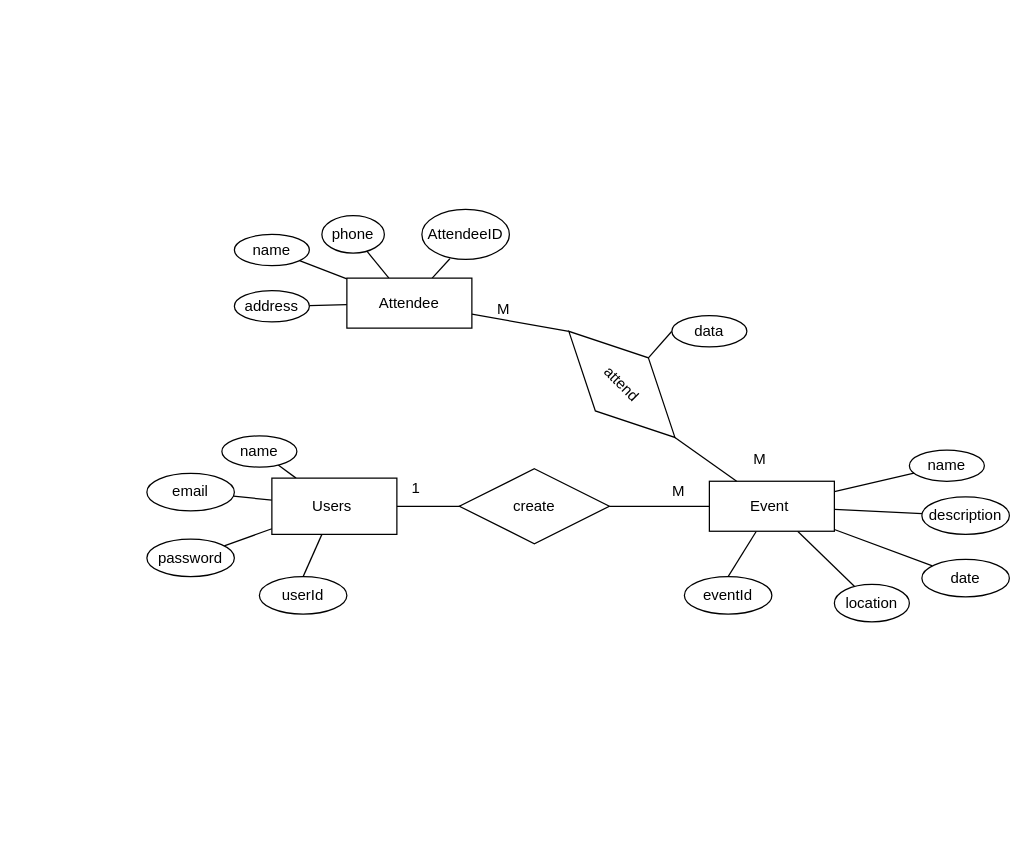
The draw.io diagram Database/ERD.drawio in tahahussein143/Node-js-Project, before the edit. Source tidied: cells renumbered, new cells numbered last; positions are measured from the earlier drawing's top-left corner, leaving out a move shared by most shapes. Both pictures are drawn from the tidied source at 125%, with x=0, y=0 at pixel (146, 209).
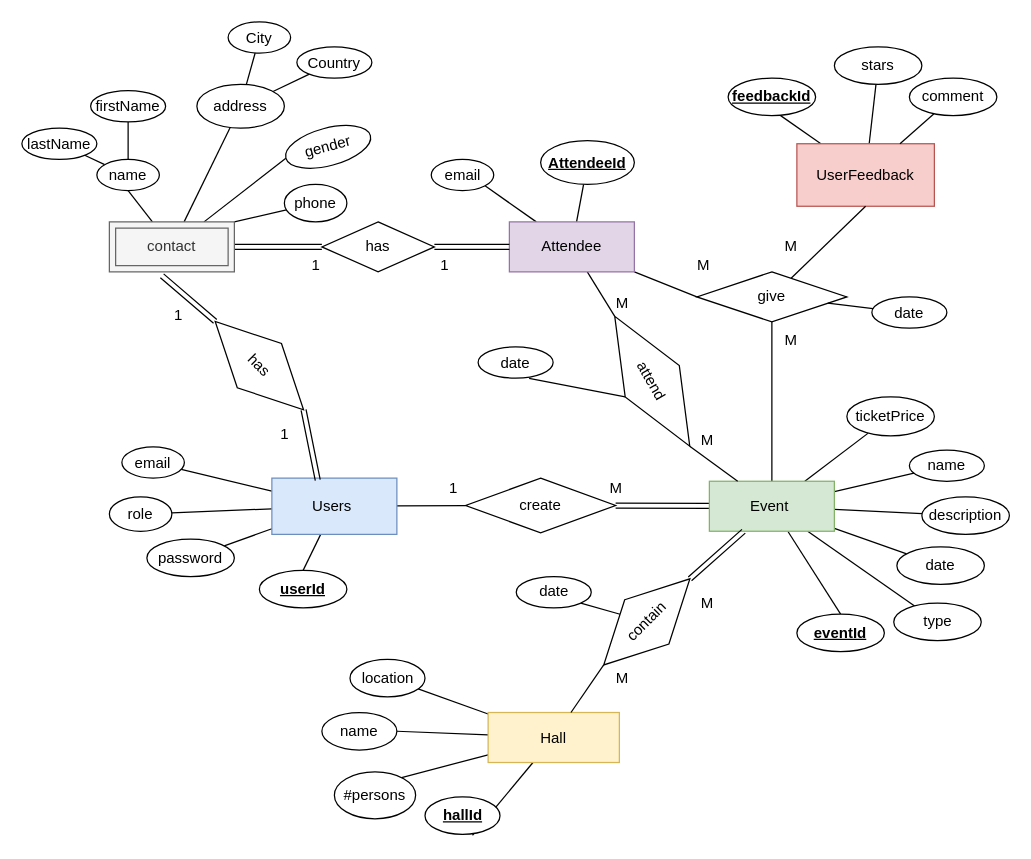
Above is the later version.

The edit, as a diff of the source:
```diff
@@
-    <mxCell id="2" style="rounded=0;jettySize=auto;html=1;endArrow=none;endFill=0;" parent="1" edge="1" source="7" target="8">
-      <mxGeometry relative="1" as="geometry" />
-    </mxCell>
@@
-    <mxCell id="5" style="edgeStyle=none;rounded=0;jettySize=auto;html=1;endArrow=none;endFill=0;entryX=0;entryY=0.5;entryDx=0;entryDy=0;" parent="1" edge="1" source="7">
-      <mxGeometry relative="1" as="geometry">
-        <mxPoint x="290" y="237.5" as="targetPoint" />
-      </mxGeometry>
+    <mxCell id="5" style="edgeStyle=none;rounded=0;jettySize=auto;html=1;endArrow=none;endFill=0;entryX=0;entryY=0.5;entryDx=0;entryDy=0;" parent="1" edge="1" source="7" target="31">
+      <mxGeometry relative="1" as="geometry" />
     </mxCell>
@@
+    <mxCell id="43" style="edgeStyle=none;rounded=0;jettySize=auto;html=1;endArrow=none;endFill=0;" parent="1" edge="1" source="7" target="50">
+      <mxGeometry relative="1" as="geometry" />
+    </mxCell>
+    <mxCell id="44" style="edgeStyle=none;rounded=0;jettySize=auto;html=1;exitX=1;exitY=1;exitDx=0;exitDy=0;entryX=0;entryY=0.5;entryDx=0;entryDy=0;endArrow=none;endFill=0;" parent="1" edge="1" source="27" target="56">
+      <mxGeometry relative="1" as="geometry" />
+    </mxCell>
-    <mxCell id="7" value="Users&amp;nbsp;" style="whiteSpace=wrap;html=1;align=center;" parent="1" vertex="1">
+    <mxCell id="7" value="Users&amp;nbsp;" style="whiteSpace=wrap;html=1;align=center;fillColor=#dae8fc;strokeColor=#6c8ebf;" parent="1" vertex="1">
       <mxGeometry x="100" y="215" width="100" height="45" as="geometry" />
     </mxCell>
-    <mxCell id="8" value="name" style="ellipse;whiteSpace=wrap;html=1;align=center;" parent="1" vertex="1">
-      <mxGeometry x="60" y="181.2" width="60" height="25" as="geometry" />
-    </mxCell>
     <mxCell id="9" value="email" style="ellipse;whiteSpace=wrap;html=1;align=center;" parent="1" vertex="1">
-      <mxGeometry y="211.2" width="70" height="30" as="geometry" />
+      <mxGeometry x="-20" y="190" width="50" height="25" as="geometry" />
     </mxCell>
@@
-    <mxCell id="14" style="edgeStyle=none;rounded=0;jettySize=auto;html=1;endArrow=none;endFill=0;" parent="1" edge="1" source="17" target="21">
-      <mxGeometry relative="1" as="geometry" />
-    </mxCell>
-    <mxCell id="15" style="edgeStyle=none;rounded=0;jettySize=auto;html=1;entryX=1;entryY=0.5;entryDx=0;entryDy=0;endArrow=none;endFill=0;" parent="1" edge="1" source="17" target="31">
+    <mxCell id="15" style="edgeStyle=none;rounded=0;jettySize=auto;html=1;entryX=1;entryY=0.5;entryDx=0;entryDy=0;endArrow=none;endFill=0;shape=link;" parent="1" edge="1" source="17" target="31">
       <mxGeometry relative="1" as="geometry" />
     </mxCell>
@@
+    <mxCell id="45" style="edgeStyle=none;rounded=0;jettySize=auto;html=1;endArrow=none;endFill=0;" parent="1" edge="1" source="17" target="51">
+      <mxGeometry relative="1" as="geometry" />
+    </mxCell>
+    <mxCell id="46" style="edgeStyle=none;rounded=0;jettySize=auto;html=1;entryX=0.5;entryY=1;entryDx=0;entryDy=0;endArrow=none;endFill=0;" parent="1" edge="1" source="17" target="56">
+      <mxGeometry relative="1" as="geometry" />
+    </mxCell>
+    <mxCell id="47" style="edgeStyle=none;rounded=0;jettySize=auto;html=1;endArrow=none;endFill=0;" parent="1" edge="1" source="17" target="64">
+      <mxGeometry relative="1" as="geometry" />
+    </mxCell>
-    <mxCell id="17" value="Event&amp;nbsp;" style="whiteSpace=wrap;html=1;align=center;" parent="1" vertex="1">
+    <mxCell id="17" value="Event&amp;nbsp;" style="whiteSpace=wrap;html=1;align=center;fillColor=#d5e8d4;strokeColor=#82b366;" parent="1" vertex="1">
       <mxGeometry x="450" y="217.5" width="100" height="40" as="geometry" />
     </mxCell>
@@
     <mxCell id="20" value="date" style="ellipse;whiteSpace=wrap;html=1;align=center;" parent="1" vertex="1">
-      <mxGeometry x="620" y="280" width="70" height="30" as="geometry" />
+      <mxGeometry x="600" y="270" width="70" height="30" as="geometry" />
     </mxCell>
-    <mxCell id="21" value="location" style="ellipse;whiteSpace=wrap;html=1;align=center;" parent="1" vertex="1">
-      <mxGeometry x="550" y="300" width="60" height="30" as="geometry" />
-    </mxCell>
-    <mxCell id="22" style="rounded=0;jettySize=auto;html=1;endArrow=none;endFill=0;" parent="1" edge="1" source="27" target="28">
-      <mxGeometry relative="1" as="geometry" />
-    </mxCell>
-    <mxCell id="23" style="rounded=0;jettySize=auto;html=1;endArrow=none;endFill=0;" parent="1" edge="1" source="27" target="29">
+    <mxCell id="23" style="rounded=0;jettySize=auto;html=1;endArrow=none;endFill=0;exitX=1;exitY=0;exitDx=0;exitDy=0;" parent="1" edge="1" source="84" target="29">
       <mxGeometry relative="1" as="geometry" />
     </mxCell>
-    <mxCell id="24" style="edgeStyle=none;rounded=0;jettySize=auto;html=1;endArrow=none;endFill=0;" parent="1" edge="1" source="27" target="30">
-      <mxGeometry relative="1" as="geometry" />
-    </mxCell>
@@
-    <mxCell id="26" style="edgeStyle=none;rounded=0;jettySize=auto;html=1;entryX=0.32;entryY=0.987;entryDx=0;entryDy=0;entryPerimeter=0;endArrow=none;endFill=0;" parent="1" edge="1" source="27" target="42">
+    <mxCell id="26" style="edgeStyle=none;rounded=0;jettySize=auto;html=1;endArrow=none;endFill=0;" parent="1" edge="1" source="27" target="42">
       <mxGeometry relative="1" as="geometry" />
     </mxCell>
+    <mxCell id="48" style="edgeStyle=none;rounded=0;jettySize=auto;html=1;entryX=1;entryY=1;entryDx=0;entryDy=0;endArrow=none;endFill=0;" parent="1" edge="1" source="27" target="104">
+      <mxGeometry relative="1" as="geometry" />
+    </mxCell>
-    <mxCell id="27" value="Attendee" style="whiteSpace=wrap;html=1;align=center;" parent="1" vertex="1">
-      <mxGeometry x="160" y="55" width="100" height="40" as="geometry" />
+    <mxCell id="27" value="Attendee" style="whiteSpace=wrap;html=1;align=center;fillColor=#e1d5e7;strokeColor=#9673a6;" parent="1" vertex="1">
+      <mxGeometry x="290" y="10" width="100" height="40" as="geometry" />
     </mxCell>
-    <mxCell id="28" value="name" style="ellipse;whiteSpace=wrap;html=1;align=center;" parent="1" vertex="1">
-      <mxGeometry x="70" y="20" width="60" height="25" as="geometry" />
+    <mxCell id="28" value="firstName" style="ellipse;whiteSpace=wrap;html=1;align=center;" parent="1" vertex="1">
+      <mxGeometry x="-45" y="-95" width="60" height="25" as="geometry" />
     </mxCell>
     <mxCell id="29" value="phone" style="ellipse;whiteSpace=wrap;html=1;align=center;" parent="1" vertex="1">
-      <mxGeometry x="140" y="5" width="50" height="30" as="geometry" />
+      <mxGeometry x="110" y="-20" width="50" height="30" as="geometry" />
     </mxCell>
-    <mxCell id="30" value="address" style="ellipse;whiteSpace=wrap;html=1;align=center;" parent="1" vertex="1">
-      <mxGeometry x="70" y="65" width="60" height="25" as="geometry" />
-    </mxCell>
     <mxCell id="31" value="create" style="shape=rhombus;perimeter=rhombusPerimeter;whiteSpace=wrap;html=1;align=center;" parent="1" vertex="1">
-      <mxGeometry x="250" y="207.5" width="120" height="60" as="geometry" />
+      <mxGeometry x="255" y="215" width="120" height="43.8" as="geometry" />
     </mxCell>
     <mxCell id="32" value="1" style="text;html=1;align=center;verticalAlign=middle;strokeColor=none;fillColor=none;" parent="1" vertex="1">
-      <mxGeometry x="200" y="207.5" width="30" height="30" as="geometry" />
+      <mxGeometry x="230" y="207.5" width="30" height="30" as="geometry" />
     </mxCell>
     <mxCell id="33" value="M" style="text;html=1;align=center;verticalAlign=middle;strokeColor=none;fillColor=none;" parent="1" vertex="1">
-      <mxGeometry x="410" y="211.2" width="30" height="30" as="geometry" />
+      <mxGeometry x="360" y="207.5" width="30" height="30" as="geometry" />
     </mxCell>
@@
-    <mxCell id="35" style="edgeStyle=none;rounded=0;jettySize=auto;html=1;exitX=0.5;exitY=0;exitDx=0;exitDy=0;endArrow=none;endFill=0;entryX=0;entryY=0.5;entryDx=0;entryDy=0;" parent="1" edge="1" source="36" target="39">
+    <mxCell id="35" style="edgeStyle=none;rounded=0;jettySize=auto;html=1;exitX=0.5;exitY=1;exitDx=0;exitDy=0;endArrow=none;endFill=0;entryX=0.68;entryY=1.008;entryDx=0;entryDy=0;entryPerimeter=0;" parent="1" edge="1" source="36" target="39">
       <mxGeometry relative="1" as="geometry" />
     </mxCell>
-    <mxCell id="36" value="attend" style="shape=rhombus;perimeter=rhombusPerimeter;whiteSpace=wrap;html=1;align=center;rotation=45;" parent="1" vertex="1">
-      <mxGeometry x="320" y="110" width="120" height="60" as="geometry" />
+    <mxCell id="36" value="attend" style="shape=rhombus;perimeter=rhombusPerimeter;whiteSpace=wrap;html=1;align=center;rotation=60;" parent="1" vertex="1">
+      <mxGeometry x="344.3" y="112.5" width="120" height="50" as="geometry" />
     </mxCell>
     <mxCell id="37" value="M" style="text;html=1;align=center;verticalAlign=middle;strokeColor=none;fillColor=none;" parent="1" vertex="1">
-      <mxGeometry x="270" y="65" width="30" height="30" as="geometry" />
+      <mxGeometry x="365" y="60" width="30" height="30" as="geometry" />
     </mxCell>
     <mxCell id="38" value="M" style="text;html=1;align=center;verticalAlign=middle;strokeColor=none;fillColor=none;" parent="1" vertex="1">
-      <mxGeometry x="475" y="185" width="30" height="30" as="geometry" />
+      <mxGeometry x="432.5" y="170" width="30" height="30" as="geometry" />
     </mxCell>
-    <mxCell id="39" value="data" style="ellipse;whiteSpace=wrap;html=1;align=center;" parent="1" vertex="1">
-      <mxGeometry x="420" y="85" width="60" height="25" as="geometry" />
+    <mxCell id="39" value="date" style="ellipse;whiteSpace=wrap;html=1;align=center;" parent="1" vertex="1">
+      <mxGeometry x="265" y="110" width="60" height="25" as="geometry" />
     </mxCell>
-    <mxCell id="40" value="userId" style="ellipse;whiteSpace=wrap;html=1;align=center;" parent="1" vertex="1">
-      <mxGeometry x="90" y="293.8" width="70" height="30" as="geometry" />
+    <mxCell id="40" value="&lt;b&gt;&lt;u&gt;userId&lt;/u&gt;&lt;/b&gt;" style="ellipse;whiteSpace=wrap;html=1;align=center;" parent="1" vertex="1">
+      <mxGeometry x="90" y="288.8" width="70" height="30" as="geometry" />
     </mxCell>
-    <mxCell id="41" value="eventId" style="ellipse;whiteSpace=wrap;html=1;align=center;" parent="1" vertex="1">
-      <mxGeometry x="430" y="293.8" width="70" height="30" as="geometry" />
+    <mxCell id="41" value="&lt;b&gt;&lt;u&gt;eventId&lt;/u&gt;&lt;/b&gt;" style="ellipse;whiteSpace=wrap;html=1;align=center;" parent="1" vertex="1">
+      <mxGeometry x="520" y="323.8" width="70" height="30" as="geometry" />
     </mxCell>
-    <mxCell id="42" value="AttendeeID" style="ellipse;whiteSpace=wrap;html=1;align=center;" parent="1" vertex="1">
-      <mxGeometry x="220" width="70" height="40" as="geometry" />
+    <mxCell id="42" value="&lt;b&gt;&lt;u&gt;AttendeeId&lt;/u&gt;&lt;/b&gt;" style="ellipse;whiteSpace=wrap;html=1;align=center;" parent="1" vertex="1">
+      <mxGeometry x="315" y="-55" width="75" height="35" as="geometry" />
     </mxCell>
+    <mxCell id="49" value="lastName" style="ellipse;whiteSpace=wrap;html=1;align=center;" parent="1" vertex="1">
+      <mxGeometry x="-100" y="-65" width="60" height="25" as="geometry" />
+    </mxCell>
+    <mxCell id="50" value="role" style="ellipse;whiteSpace=wrap;html=1;align=center;" parent="1" vertex="1">
+      <mxGeometry x="-30" y="230" width="50" height="27.5" as="geometry" />
+    </mxCell>
+    <mxCell id="51" value="ticketPrice" style="ellipse;whiteSpace=wrap;html=1;align=center;" parent="1" vertex="1">
+      <mxGeometry x="560" y="150" width="70" height="31.2" as="geometry" />
+    </mxCell>
+    <mxCell id="52" style="edgeStyle=none;rounded=0;jettySize=auto;html=1;entryX=0.6;entryY=1;entryDx=0;entryDy=0;endArrow=none;endFill=0;entryPerimeter=0;" parent="1" edge="1" source="54" target="62">
+      <mxGeometry relative="1" as="geometry" />
+    </mxCell>
+    <mxCell id="53" style="edgeStyle=none;rounded=0;jettySize=auto;html=1;endArrow=none;endFill=0;" parent="1" edge="1" source="54" target="63">
+      <mxGeometry relative="1" as="geometry" />
+    </mxCell>
+    <mxCell id="54" value="UserFeedback" style="rounded=0;whiteSpace=wrap;html=1;fillColor=#f8cecc;strokeColor=#b85450;" parent="1" vertex="1">
+      <mxGeometry x="520" y="-52.5" width="110" height="50" as="geometry" />
+    </mxCell>
+    <mxCell id="55" style="edgeStyle=none;rounded=0;jettySize=auto;html=1;entryX=0.5;entryY=1;entryDx=0;entryDy=0;endArrow=none;endFill=0;" parent="1" edge="1" source="56" target="54">
+      <mxGeometry relative="1" as="geometry" />
+    </mxCell>
+    <mxCell id="56" value="give" style="shape=rhombus;perimeter=rhombusPerimeter;whiteSpace=wrap;html=1;align=center;" parent="1" vertex="1">
+      <mxGeometry x="440" y="50" width="120" height="40" as="geometry" />
+    </mxCell>
+    <mxCell id="57" style="edgeStyle=none;rounded=0;jettySize=auto;html=1;endArrow=none;endFill=0;" parent="1" edge="1" source="58" target="56">
+      <mxGeometry relative="1" as="geometry" />
+    </mxCell>
+    <mxCell id="58" value="date" style="ellipse;whiteSpace=wrap;html=1;align=center;" parent="1" vertex="1">
+      <mxGeometry x="580" y="70" width="60" height="25" as="geometry" />
+    </mxCell>
+    <mxCell id="59" value="M" style="text;html=1;align=center;verticalAlign=middle;strokeColor=none;fillColor=none;" parent="1" vertex="1">
+      <mxGeometry x="430" y="30" width="30" height="30" as="geometry" />
+    </mxCell>
+    <mxCell id="60" value="M" style="text;html=1;align=center;verticalAlign=middle;strokeColor=none;fillColor=none;" parent="1" vertex="1">
+      <mxGeometry x="500" y="90" width="30" height="30" as="geometry" />
+    </mxCell>
+    <mxCell id="61" value="M" style="text;html=1;align=center;verticalAlign=middle;strokeColor=none;fillColor=none;" parent="1" vertex="1">
+      <mxGeometry x="500" y="15" width="30" height="30" as="geometry" />
+    </mxCell>
+    <mxCell id="62" value="&lt;b&gt;&lt;u&gt;feedbackId&lt;/u&gt;&lt;/b&gt;" style="ellipse;whiteSpace=wrap;html=1;align=center;" parent="1" vertex="1">
+      <mxGeometry x="465" y="-105" width="70" height="30" as="geometry" />
+    </mxCell>
+    <mxCell id="63" value="stars" style="ellipse;whiteSpace=wrap;html=1;align=center;" parent="1" vertex="1">
+      <mxGeometry x="550" y="-130" width="70" height="30" as="geometry" />
+    </mxCell>
+    <mxCell id="64" value="type" style="ellipse;whiteSpace=wrap;html=1;align=center;" parent="1" vertex="1">
+      <mxGeometry x="597.5" y="315" width="70" height="30" as="geometry" />
+    </mxCell>
+    <mxCell id="65" style="edgeStyle=none;rounded=0;jettySize=auto;html=1;entryX=1;entryY=0.5;entryDx=0;entryDy=0;endArrow=none;endFill=0;" parent="1" edge="1" source="69" target="70">
+      <mxGeometry relative="1" as="geometry" />
+    </mxCell>
+    <mxCell id="66" style="edgeStyle=none;rounded=0;jettySize=auto;html=1;endArrow=none;endFill=0;" parent="1" edge="1" source="69" target="21">
+      <mxGeometry relative="1" as="geometry" />
+    </mxCell>
+    <mxCell id="67" style="edgeStyle=none;rounded=0;jettySize=auto;html=1;entryX=0;entryY=0.5;entryDx=0;entryDy=0;endArrow=none;endFill=0;" parent="1" edge="1" source="69" target="71">
+      <mxGeometry relative="1" as="geometry" />
+    </mxCell>
+    <mxCell id="68" style="edgeStyle=none;rounded=0;jettySize=auto;html=1;entryX=0.633;entryY=1.023;entryDx=0;entryDy=0;endArrow=none;endFill=0;entryPerimeter=0;" parent="1" edge="1" source="69" target="72">
+      <mxGeometry relative="1" as="geometry" />
+    </mxCell>
+    <mxCell id="69" value="Hall" style="whiteSpace=wrap;html=1;align=center;fillColor=#fff2cc;strokeColor=#d6b656;" parent="1" vertex="1">
+      <mxGeometry x="273" y="402.5" width="105" height="40" as="geometry" />
+    </mxCell>
+    <mxCell id="70" value="name" style="ellipse;whiteSpace=wrap;html=1;align=center;" parent="1" vertex="1">
+      <mxGeometry x="140" y="402.5" width="60" height="30" as="geometry" />
+    </mxCell>
+    <mxCell id="21" value="location" style="ellipse;whiteSpace=wrap;html=1;align=center;" parent="1" vertex="1">
+      <mxGeometry x="162.5" y="360" width="60" height="30" as="geometry" />
+    </mxCell>
+    <mxCell id="71" value="#persons" style="ellipse;whiteSpace=wrap;html=1;align=center;" parent="1" vertex="1">
+      <mxGeometry x="150" y="450" width="65" height="37.5" as="geometry" />
+    </mxCell>
+    <mxCell id="72" value="&lt;b&gt;&lt;u&gt;hallId&lt;/u&gt;&lt;/b&gt;" style="ellipse;whiteSpace=wrap;html=1;align=center;" parent="1" vertex="1">
+      <mxGeometry x="222.5" y="470" width="60" height="30" as="geometry" />
+    </mxCell>
+    <mxCell id="73" style="edgeStyle=none;rounded=0;jettySize=auto;html=1;endArrow=none;endFill=0;exitX=0;exitY=0.5;exitDx=0;exitDy=0;" parent="1" edge="1" source="76" target="69">
+      <mxGeometry relative="1" as="geometry" />
+    </mxCell>
+    <mxCell id="74" style="edgeStyle=none;rounded=0;jettySize=auto;html=1;endArrow=none;endFill=0;exitX=1;exitY=0.5;exitDx=0;exitDy=0;shape=link;" parent="1" edge="1" source="76" target="17">
+      <mxGeometry relative="1" as="geometry" />
+    </mxCell>
+    <mxCell id="75" style="edgeStyle=none;rounded=0;jettySize=auto;html=1;entryX=1;entryY=1;entryDx=0;entryDy=0;endArrow=none;endFill=0;" parent="1" edge="1" source="76" target="79">
+      <mxGeometry relative="1" as="geometry" />
+    </mxCell>
+    <mxCell id="76" value="contain" style="shape=rhombus;perimeter=rhombusPerimeter;whiteSpace=wrap;html=1;align=center;rotation=-45;" parent="1" vertex="1">
+      <mxGeometry x="351.2" y="305" width="97.5" height="50" as="geometry" />
+    </mxCell>
+    <mxCell id="77" value="M" style="text;html=1;align=center;verticalAlign=middle;strokeColor=none;fillColor=none;" parent="1" vertex="1">
+      <mxGeometry x="365" y="360" width="30" height="30" as="geometry" />
+    </mxCell>
+    <mxCell id="78" value="M" style="text;html=1;align=center;verticalAlign=middle;strokeColor=none;fillColor=none;" parent="1" vertex="1">
+      <mxGeometry x="432.5" y="300" width="30" height="30" as="geometry" />
+    </mxCell>
+    <mxCell id="79" value="date" style="ellipse;whiteSpace=wrap;html=1;align=center;" parent="1" vertex="1">
+      <mxGeometry x="295.5" y="293.8" width="60" height="25" as="geometry" />
+    </mxCell>
+    <mxCell id="80" style="edgeStyle=none;rounded=0;jettySize=auto;html=1;endArrow=none;endFill=0;" parent="1" edge="1" source="84" target="30">
+      <mxGeometry relative="1" as="geometry" />
+    </mxCell>
+    <mxCell id="81" style="edgeStyle=none;rounded=0;jettySize=auto;html=1;entryX=0;entryY=0.5;entryDx=0;entryDy=0;endArrow=none;endFill=0;" parent="1" edge="1" source="84" target="89">
+      <mxGeometry relative="1" as="geometry" />
+    </mxCell>
+    <mxCell id="82" style="edgeStyle=none;rounded=0;jettySize=auto;html=1;endArrow=none;endFill=0;entryX=0;entryY=0.5;entryDx=0;entryDy=0;shape=link;" parent="1" edge="1" source="84" target="91">
+      <mxGeometry relative="1" as="geometry" />
+    </mxCell>
+    <mxCell id="83" style="edgeStyle=none;rounded=0;jettySize=auto;html=1;entryX=0.5;entryY=1;entryDx=0;entryDy=0;endArrow=none;endFill=0;" parent="1" edge="1" source="84" target="103">
+      <mxGeometry relative="1" as="geometry" />
+    </mxCell>
+    <mxCell id="84" value="contact" style="shape=ext;margin=3;double=1;whiteSpace=wrap;html=1;align=center;fillColor=#f5f5f5;fontColor=#333333;strokeColor=#666666;" parent="1" vertex="1">
+      <mxGeometry x="-30" y="10" width="100" height="40" as="geometry" />
+    </mxCell>
+    <mxCell id="85" style="edgeStyle=none;rounded=0;jettySize=auto;html=1;endArrow=none;endFill=0;" parent="1" edge="1" source="30" target="87">
+      <mxGeometry relative="1" as="geometry" />
+    </mxCell>
+    <mxCell id="86" style="edgeStyle=none;rounded=0;jettySize=auto;html=1;endArrow=none;endFill=0;" parent="1" edge="1" source="30" target="88">
+      <mxGeometry relative="1" as="geometry" />
+    </mxCell>
+    <mxCell id="30" value="address" style="ellipse;whiteSpace=wrap;html=1;align=center;" parent="1" vertex="1">
+      <mxGeometry x="40" y="-100" width="70" height="35" as="geometry" />
+    </mxCell>
+    <mxCell id="87" value="City" style="ellipse;whiteSpace=wrap;html=1;align=center;" parent="1" vertex="1">
+      <mxGeometry x="65" y="-150" width="50" height="25" as="geometry" />
+    </mxCell>
+    <mxCell id="88" value="Country" style="ellipse;whiteSpace=wrap;html=1;align=center;" parent="1" vertex="1">
+      <mxGeometry x="120" y="-130" width="60" height="25" as="geometry" />
+    </mxCell>
+    <mxCell id="89" value="gender" style="ellipse;whiteSpace=wrap;html=1;align=center;rotation=-15;" parent="1" vertex="1">
+      <mxGeometry x="110" y="-65" width="70" height="30" as="geometry" />
+    </mxCell>
+    <mxCell id="90" style="edgeStyle=none;rounded=0;jettySize=auto;html=1;exitX=1;exitY=0.5;exitDx=0;exitDy=0;entryX=0;entryY=0.5;entryDx=0;entryDy=0;endArrow=none;endFill=0;shape=link;" parent="1" edge="1" source="91" target="27">
+      <mxGeometry relative="1" as="geometry" />
+    </mxCell>
+    <mxCell id="91" value="has" style="shape=rhombus;perimeter=rhombusPerimeter;whiteSpace=wrap;html=1;align=center;rotation=0;" parent="1" vertex="1">
+      <mxGeometry x="140" y="10" width="90" height="40" as="geometry" />
+    </mxCell>
+    <mxCell id="92" style="edgeStyle=none;rounded=0;jettySize=auto;html=1;endArrow=none;endFill=0;entryX=0.421;entryY=1.078;entryDx=0;entryDy=0;entryPerimeter=0;exitX=0;exitY=0.5;exitDx=0;exitDy=0;shape=link;" parent="1" edge="1" source="94" target="84">
+      <mxGeometry relative="1" as="geometry" />
+    </mxCell>
+    <mxCell id="93" style="edgeStyle=none;rounded=0;jettySize=auto;html=1;exitX=1;exitY=0.5;exitDx=0;exitDy=0;entryX=0.367;entryY=0.036;entryDx=0;entryDy=0;entryPerimeter=0;endArrow=none;endFill=0;shape=link;" parent="1" edge="1" source="94" target="7">
+      <mxGeometry relative="1" as="geometry" />
+    </mxCell>
+    <mxCell id="94" value="has" style="shape=rhombus;perimeter=rhombusPerimeter;whiteSpace=wrap;html=1;align=center;rotation=45;" parent="1" vertex="1">
+      <mxGeometry x="40" y="100" width="100" height="50" as="geometry" />
+    </mxCell>
+    <mxCell id="95" value="1" style="text;html=1;align=center;verticalAlign=middle;strokeColor=none;fillColor=none;" parent="1" vertex="1">
+      <mxGeometry x="120" y="30" width="30" height="30" as="geometry" />
+    </mxCell>
+    <mxCell id="96" value="1" style="text;html=1;align=center;verticalAlign=middle;strokeColor=none;fillColor=none;" parent="1" vertex="1">
+      <mxGeometry x="222.5" y="30" width="30" height="30" as="geometry" />
+    </mxCell>
+    <mxCell id="97" value="1" style="text;html=1;align=center;verticalAlign=middle;strokeColor=none;fillColor=none;" parent="1" vertex="1">
+      <mxGeometry x="10" y="70" width="30" height="30" as="geometry" />
+    </mxCell>
+    <mxCell id="98" value="1" style="text;html=1;align=center;verticalAlign=middle;strokeColor=none;fillColor=none;" parent="1" vertex="1">
+      <mxGeometry x="95" y="165" width="30" height="30" as="geometry" />
+    </mxCell>
+    <mxCell id="99" style="edgeStyle=none;rounded=0;jettySize=auto;html=1;entryX=0.75;entryY=0;entryDx=0;entryDy=0;endArrow=none;endFill=0;" parent="1" edge="1" source="100" target="54">
+      <mxGeometry relative="1" as="geometry" />
+    </mxCell>
+    <mxCell id="100" value="comment" style="ellipse;whiteSpace=wrap;html=1;align=center;" parent="1" vertex="1">
+      <mxGeometry x="610" y="-105" width="70" height="30" as="geometry" />
+    </mxCell>
+    <mxCell id="101" style="edgeStyle=none;rounded=0;jettySize=auto;html=1;entryX=0.5;entryY=1;entryDx=0;entryDy=0;endArrow=none;endFill=0;" parent="1" edge="1" source="103" target="28">
+      <mxGeometry relative="1" as="geometry" />
+    </mxCell>
+    <mxCell id="102" style="edgeStyle=none;rounded=0;jettySize=auto;html=1;endArrow=none;endFill=0;" parent="1" edge="1" source="103" target="49">
+      <mxGeometry relative="1" as="geometry" />
+    </mxCell>
+    <mxCell id="103" value="name" style="ellipse;whiteSpace=wrap;html=1;align=center;" parent="1" vertex="1">
+      <mxGeometry x="-40" y="-40" width="50" height="25" as="geometry" />
+    </mxCell>
+    <mxCell id="104" value="email" style="ellipse;whiteSpace=wrap;html=1;align=center;" parent="1" vertex="1">
+      <mxGeometry x="227.5" y="-40" width="50" height="25" as="geometry" />
+    </mxCell>
```
